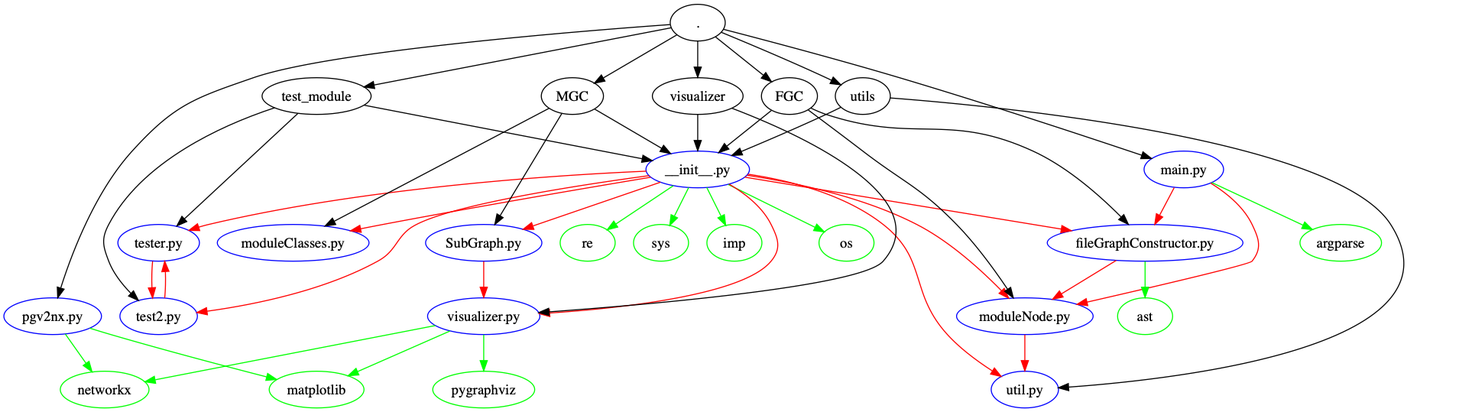
Earlier version of the Graphviz export file_structure.png (reggiehsu111/PyDepends). Its source is kept beside it as file_structure.dot.
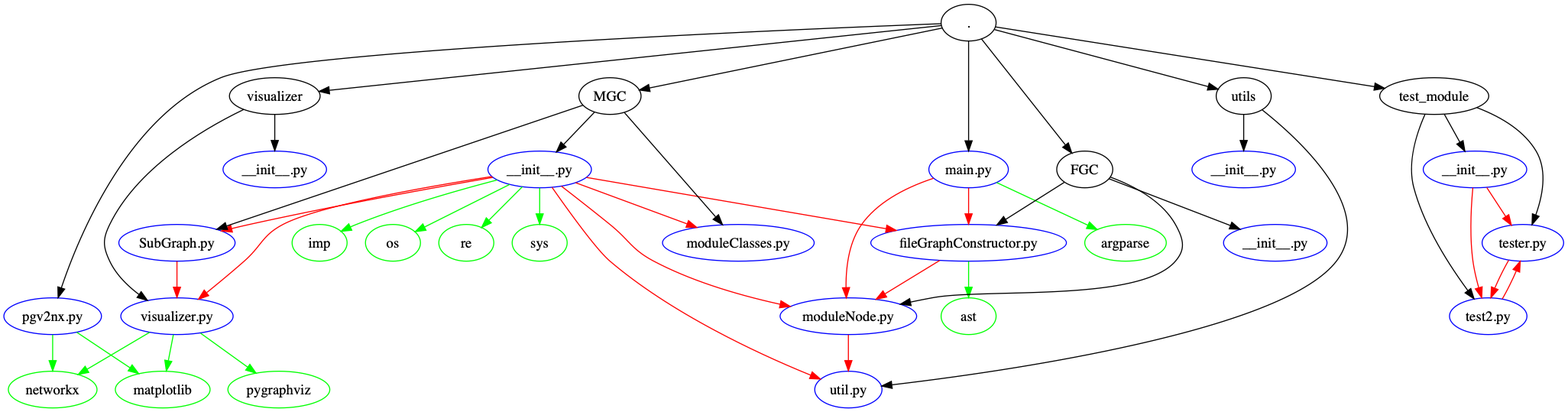
After the change.

Diff of the diagram source:
```diff
@@ -1,188 +1,221 @@
 digraph "" {
-	graph [bb="0,0,1373.8,396"];
+	graph [bb="0,0,1530.5,396"];
 	node [label="\N"];
 	networkx	 [color=green,
 		height=0.5,
-		pos="98.692,18",
+		pos="47.692,18",
 		width=1.2085];
-	"pgv2nx.py"	 [color=blue,
+	"./pgv2nx.py"	 [color=blue,
 		height=0.5,
+		label="pgv2nx.py",
 		pos="47.692,90",
 		width=1.3248];
-	"pgv2nx.py" -> networkx	 [color=green,
-		pos="e,86.283,35.518 60.037,72.571 66.131,63.968 73.605,53.416 80.352,43.891"];
+	"./pgv2nx.py" -> networkx	 [color=green,
+		pos="e,47.692,36.413 47.692,71.831 47.692,64.131 47.692,54.974 47.692,46.417"];
 	matplotlib	 [color=green,
 		height=0.5,
-		pos="306.69,18",
+		pos="155.69,18",
 		width=1.2906];
-	"pgv2nx.py" -> matplotlib	 [color=green,
-		pos="e,267.45,27.938 84.107,78.234 90.931,76.105 98.016,73.945 104.69,72 156.69,56.848 216.69,41.015 257.7,30.442"];
+	"./pgv2nx.py" -> matplotlib	 [color=green,
+		pos="e,132.05,33.764 71.393,74.199 86.727,63.977 106.88,50.541 123.64,39.37"];
 	argparse	 [color=green,
 		height=0.5,
-		pos="1311.7,162",
+		pos="1100.7,162",
 		width=1.1084];
-	"main.py"	 [color=blue,
+	"./main.py"	 [color=blue,
 		height=0.5,
-		pos="1157.7,234",
+		label="main.py",
+		pos="946.69,234",
 		width=1.079];
-	"main.py" -> argparse	 [color=green,
-		pos="e,1283.9,175 1185.2,221.13 1210.1,209.48 1247.1,192.22 1274.6,179.36"];
-	"fileGraphConstructor.py"	 [color=blue,
+	"./main.py" -> argparse	 [color=green,
+		pos="e,1072.9,175 974.22,221.13 999.14,209.48 1036.1,192.22 1063.6,179.36"];
+	"./FGC/fileGraphConstructor.py"	 [color=blue,
 		height=0.5,
-		pos="1119.7,162",
+		label="fileGraphConstructor.py",
+		pos="946.69,162",
 		width=2.6621];
-	"main.py" -> "fileGraphConstructor.py"	 [color=red,
-		pos="e,1129.2,180.09 1148.3,216.2 1144,208.04 1138.8,198.19 1134,189.14"];
-	"moduleNode.py"	 [color=blue,
+	"./main.py" -> "./FGC/fileGraphConstructor.py"	 [color=red,
+		pos="e,946.69,180.41 946.69,215.83 946.69,208.13 946.69,198.97 946.69,190.42"];
+	"./FGC/moduleNode.py"	 [color=blue,
 		height=0.5,
-		pos="1001.7,90",
+		label="moduleNode.py",
+		pos="828.69,90",
 		width=1.8567];
-	"main.py" -> "moduleNode.py"	 [color=red,
-		pos="e,1052.9,101.58 1184,220.58 1198.9,211.38 1216.2,197.65 1224.7,180 1231.6,165.57 1234.6,156.57 1224.7,144 1222.1,140.73 1127.8,118.7 \
-1062.7,103.81"];
-	"fileGraphConstructor.py" -> "moduleNode.py"	 [color=red,
-		pos="e,1028.9,106.61 1091.4,144.75 1075.3,134.91 1054.9,122.46 1037.6,111.92"];
+	"./main.py" -> "./FGC/moduleNode.py"	 [color=red,
+		pos="e,826.72,107.99 912.32,225.34 888.62,217.52 858.48,203.53 841.69,180 828.99,162.19 826.23,137.29 826.37,118.19"];
+	"./FGC/fileGraphConstructor.py" -> "./FGC/moduleNode.py"	 [color=red,
+		pos="e,855.91,106.61 918.43,144.75 902.29,134.91 881.89,122.46 864.62,111.92"];
 	ast	 [color=green,
 		height=0.5,
-		pos="1119.7,90",
+		pos="946.69,90",
 		width=0.75];
-	"fileGraphConstructor.py" -> ast	 [color=green,
-		pos="e,1119.7,108.41 1119.7,143.83 1119.7,136.13 1119.7,126.97 1119.7,118.42"];
-	"util.py"	 [color=blue,
+	"./FGC/fileGraphConstructor.py" -> ast	 [color=green,
+		pos="e,946.69,108.41 946.69,143.83 946.69,136.13 946.69,126.97 946.69,118.42"];
+	"./utils/util.py"	 [color=blue,
 		height=0.5,
-		pos="1001.7,18",
+		label="util.py",
+		pos="828.69,18",
 		width=0.91539];
-	"moduleNode.py" -> "util.py"	 [color=red,
-		pos="e,1001.7,36.413 1001.7,71.831 1001.7,64.131 1001.7,54.974 1001.7,46.417"];
-	"tester.py"	 [color=blue,
+	"./FGC/moduleNode.py" -> "./utils/util.py"	 [color=red,
+		pos="e,828.69,36.413 828.69,71.831 828.69,64.131 828.69,54.974 828.69,46.417"];
+	"./test_module/tester.py"	 [color=blue,
 		height=0.5,
-		pos="151.69,162",
+		label="tester.py",
+		pos="1490.7,162",
 		width=1.1063];
-	"test2.py"	 [color=blue,
+	"./test_module/test2.py"	 [color=blue,
 		height=0.5,
-		pos="151.69,90",
+		label="test2.py",
+		pos="1456.7,90",
 		width=1.0518];
-	"tester.py" -> "test2.py"	 [color=red,
-		pos="e,145.76,107.91 145.74,143.83 144.98,136.01 144.76,126.69 145.09,118.02"];
-	"test2.py" -> "tester.py"	 [color=red,
-		pos="e,157.64,143.83 157.62,107.91 158.39,115.7 158.62,125.01 158.3,133.69"];
-	"__init__.py"	 [color=blue,
+	"./test_module/tester.py" -> "./test_module/test2.py"	 [color=red,
+		pos="e,1459.3,108.2 1476.8,144.94 1472.1,136.81 1467.2,126.89 1463.2,117.73"];
+	"./test_module/test2.py" -> "./test_module/tester.py"	 [color=red,
+		pos="e,1488.1,143.83 1470.5,106.93 1475.3,115.16 1480.3,125.26 1484.3,134.55"];
+	"./test_module/__init__.py"	 [color=blue,
 		height=0.5,
-		pos="680.69,234",
+		label="__init__.py",
+		pos="1443.7,234",
 		width=1.4067];
-	"__init__.py" -> "fileGraphConstructor.py"	 [color=red,
-		pos="e,1047.4,173.86 726.84,226.43 800.47,214.36 945.54,190.56 1037.3,175.51"];
-	"__init__.py" -> "moduleNode.py"	 [color=red,
-		pos="e,985.86,107.65 729.04,228.29 774.14,221.5 842.3,207.46 895.69,180 927.86,163.45 958.69,135.44 978.73,115.05"];
-	"__init__.py" -> "util.py"	 [color=red,
-		pos="e,978.44,30.912 730.05,229.36 769.49,223.46 824.32,210.12 862.69,180 906.4,145.68 888.2,113.02 925.69,72 938.35,58.149 955.13,45.769 \
-969.71,36.367"];
-	"__init__.py" -> "tester.py"	 [color=red,
-		pos="e,181.4,174.2 630.26,232.3 542.06,228.45 354.53,216.35 200.69,180 197.52,179.25 194.27,178.35 191.02,177.37"];
-	"__init__.py" -> "test2.py"	 [color=red,
-		pos="e,189.16,93.574 632.77,227.91 564.67,218.7 443.81,200.16 404.69,180 384.01,169.34 387.08,155.2 366.69,144 313.65,114.87 244.64,101.15 \
-199.3,94.902"];
+	"./test_module/__init__.py" -> "./test_module/tester.py"	 [color=red,
+		pos="e,1479.4,179.34 1455.3,216.2 1460.9,207.68 1467.6,197.31 1473.8,187.94"];
+	"./test_module/__init__.py" -> "./test_module/test2.py"	 [color=red,
+		pos="e,1450.3,108.24 1441.6,215.98 1439.9,197.74 1438.3,168.78 1441.7,144 1442.9,135.36 1445.1,126.16 1447.4,117.84"];
 	os	 [color=green,
 		height=0.5,
-		pos="826.69,162",
+		pos="381.69,162",
 		width=0.75];
-	"__init__.py" -> os	 [color=green,
-		pos="e,804.9,172.75 710.59,219.26 735.44,207 770.69,189.62 795.81,177.23"];
-	"moduleClasses.py"	 [color=blue,
+	"./MGC/__init__.py"	 [color=blue,
 		height=0.5,
-		pos="283.69,162",
+		label="__init__.py",
+		pos="525.69,234",
+		width=1.4067];
+	"./MGC/__init__.py" -> "./FGC/fileGraphConstructor.py"	 [color=red,
+		pos="e,875.71,174.14 571.55,226.16 642.14,214.09 778.4,190.78 865.82,175.83"];
+	"./MGC/__init__.py" -> "./FGC/moduleNode.py"	 [color=red,
+		pos="e,771.58,99.589 546.97,217.64 560.69,207.02 578.85,192.83 594.69,180 614.06,164.32 615.66,155.65 637.69,144 676.42,123.53 723.79,\
+110.07 761.67,101.71"];
+	"./MGC/__init__.py" -> "./utils/util.py"	 [color=red,
+		pos="e,801.17,28.336 537.83,216.42 553.83,193.56 581.5,155.23 594.69,144 656.15,91.67 742.89,52.019 791.66,32.157"];
+	"./MGC/__init__.py" -> os	 [color=green,
+		pos="e,403.62,172.97 496.2,219.26 471.83,207.07 437.34,189.83 412.59,177.45"];
+	"./MGC/moduleClasses.py"	 [color=blue,
+		height=0.5,
+		label="moduleClasses.py",
+		pos="720.69,162",
 		width=2.0616];
-	"__init__.py" -> "moduleClasses.py"	 [color=red,
-		pos="e,339.98,173.76 634.55,226.36 574.08,216.26 464.79,197.65 371.69,180 364.63,178.66 357.27,177.22 349.93,175.76"];
-	"visualizer.py"	 [color=blue,
+	"./MGC/__init__.py" -> "./MGC/moduleClasses.py"	 [color=red,
+		pos="e,679.91,177.06 561,220.96 591.47,209.71 635.84,193.33 670.09,180.69"];
+	"./visualizer/visualizer.py"	 [color=blue,
 		height=0.5,
-		pos="470.69,90",
+		label="visualizer.py",
+		pos="169.69,90",
 		width=1.5293];
-	"__init__.py" -> "visualizer.py"	 [color=red,
-		pos="e,525.4,92.461 711.47,219.56 726.86,210.54 744.03,197.33 752.69,180 759.85,165.69 762.89,156.33 752.69,144 725.69,111.34 610.19,\
-98.245 535.64,93.131"];
+	"./MGC/__init__.py" -> "./visualizer/visualizer.py"	 [color=red,
+		pos="e,190.82,106.64 478.78,227.06 416.08,217.26 308.78,198.48 273.69,180 253.11,169.16 253.15,159.38 235.69,144 223.89,133.61 210.52,\
+122.54 198.91,113.15"];
 	re	 [color=green,
 		height=0.5,
-		pos="572.69,162",
+		pos="453.69,162",
 		width=0.75];
-	"__init__.py" -> re	 [color=green,
-		pos="e,591.92,174.82 656.72,218.02 640.11,206.94 617.93,192.16 600.53,180.56"];
+	"./MGC/__init__.py" -> re	 [color=green,
+		pos="e,468.68,176.99 508.63,216.94 498.86,207.17 486.48,194.79 475.96,184.26"];
 	sys	 [color=green,
 		height=0.5,
-		pos="644.69,162",
+		pos="525.69,162",
 		width=0.75];
-	"__init__.py" -> sys	 [color=green,
-		pos="e,653.24,179.1 671.79,216.2 667.59,207.8 662.49,197.59 657.85,188.31"];
+	"./MGC/__init__.py" -> sys	 [color=green,
+		pos="e,525.69,180.41 525.69,215.83 525.69,208.13 525.69,198.97 525.69,190.42"];
 	imp	 [color=green,
 		height=0.5,
-		pos="716.69,162",
+		pos="309.69,162",
 		width=0.75];
-	"__init__.py" -> imp	 [color=green,
-		pos="e,708.14,179.1 689.59,216.2 693.79,207.8 698.9,197.59 703.53,188.31"];
-	"SubGraph.py"	 [color=blue,
+	"./MGC/__init__.py" -> imp	 [color=green,
+		pos="e,330.74,173.28 483.9,223.65 446.96,213.99 391.94,198.34 345.69,180 343.84,179.27 341.96,178.47 340.07,177.64"];
+	"./MGC/SubGraph.py"	 [color=blue,
 		height=0.5,
-		pos="470.69,162",
+		label="SubGraph.py",
+		pos="169.69,162",
 		width=1.584];
-	"__init__.py" -> "SubGraph.py"	 [color=red,
-		pos="e,509.34,175.25 644.11,221.46 609.49,209.59 557.27,191.69 519.19,178.63"];
-	"visualizer.py" -> networkx	 [color=green,
-		pos="e,138.25,25.657 423.2,80.808 352.54,67.131 220.35,41.546 148.41,27.624"];
-	"visualizer.py" -> matplotlib	 [color=green,
-		pos="e,337.61,31.574 437.5,75.43 411.38,63.961 374.87,47.931 347.05,35.72"];
+	"./MGC/__init__.py" -> "./MGC/SubGraph.py"	 [color=red,
+		pos="e,213.53,173.56 479.61,226.16 423.11,216.34 324.53,198.55 240.69,180 235.04,178.75 229.16,177.38 223.31,175.96"];
+	"./visualizer/visualizer.py" -> networkx	 [color=green,
+		pos="e,72.738,32.781 142.92,74.199 124.87,63.55 100.92,49.414 81.553,37.984"];
+	"./visualizer/visualizer.py" -> matplotlib	 [color=green,
+		pos="e,159.27,36.413 166.16,71.831 164.66,64.131 162.88,54.974 161.22,46.417"];
 	pygraphviz	 [color=green,
 		height=0.5,
-		pos="470.69,18",
+		pos="269.69,18",
 		width=1.3858];
-	"visualizer.py" -> pygraphviz	 [color=green,
-		pos="e,470.69,36.413 470.69,71.831 470.69,64.131 470.69,54.974 470.69,46.417"];
-	"SubGraph.py" -> "visualizer.py"	 [color=red,
-		pos="e,470.69,108.41 470.69,143.83 470.69,136.13 470.69,126.97 470.69,118.42"];
+	"./visualizer/visualizer.py" -> pygraphviz	 [color=green,
+		pos="e,247.31,34.113 192.88,73.301 206.58,63.438 224.09,50.832 238.93,40.147"];
+	"./MGC/SubGraph.py" -> "./visualizer/visualizer.py"	 [color=red,
+		pos="e,169.69,108.41 169.69,143.83 169.69,136.13 169.69,126.97 169.69,118.42"];
 	"."	 [color=black,
 		height=0.5,
-		pos="680.69,378",
+		label=".",
+		pos="946.69,378",
 		width=0.75];
-	"." -> "pgv2nx.py"	 [pos="e,52.617,108 653.54,376.13 570.54,370.18 321.17,350.51 244.69,324 186.28,303.75 167.27,297.74 125.69,252 89.541,212.22 66.733,152.67 \
-55.674,117.93"];
-	"." -> "main.py"	 [pos="e,1126,244.73 706.11,371.46 743.9,361.66 817.05,342.34 878.69,324 963.65,298.73 1062.1,266.19 1116.4,247.96"];
-	test_module	 [color=black,
+	"." -> "./pgv2nx.py"	 [pos="e,53.032,108.19 919.52,376.99 794.67,372.21 279.22,350.98 212.69,324 123.11,287.68 74.414,171.51 56.181,117.76"];
+	"." -> "./main.py"	 [pos="e,946.69,252.09 946.69,359.76 946.69,335.2 946.69,291.25 946.69,262.35"];
+	"./test_module"	 [color=black,
 		height=0.5,
-		pos="306.69,306",
+		label=test_module,
+		pos="1403.7,306",
 		width=1.4815];
-	"." -> test_module	 [pos="e,353.17,314.95 654.69,372.99 594.66,361.44 445.27,332.68 363.09,316.86"];
-	MGC	 [color=black,
+	"." -> "./test_module"	 [pos="e,1355,313.66 973.24,373.82 1045.2,362.49 1245.1,330.99 1345.1,315.23"];
+	"./MGC"	 [color=black,
 		height=0.5,
-		pos="557.69,306",
+		label=MGC,
+		pos="594.69,306",
 		width=0.84042];
-	"." -> MGC	 [pos="e,579.27,318.63 660.38,366.11 640.71,354.6 610.64,336.99 588.11,323.81"];
-	utils	 [color=black,
+	"." -> "./MGC"	 [pos="e,623.54,311.9 920.81,372.71 859.67,360.2 706.04,328.78 633.61,313.96"];
+	"./utils"	 [color=black,
 		height=0.5,
-		pos="842.69,306",
+		label=utils,
+		pos="1216.7,306",
 		width=0.75];
-	"." -> utils	 [pos="e,821.09,317.06 704.1,368.45 729.53,357.97 771.28,340.42 806.69,324 808.45,323.18 810.25,322.33 812.06,321.47"];
-	FGC	 [color=black,
+	"." -> "./utils"	 [pos="e,1191.6,312.7 972.09,371.23 1020.7,358.27 1126.8,329.98 1181.9,315.28"];
+	"./FGC"	 [color=black,
 		height=0.5,
-		pos="770.69,306",
+		label=FGC,
+		pos="1060.7,234",
 		width=0.75861];
-	"." -> FGC	 [pos="e,753.08,320.09 698.04,364.12 711.41,353.43 730.07,338.49 745.14,326.44"];
-	visualizer	 [color=black,
+	"." -> "./FGC"	 [pos="e,1048,250.03 959.33,362.04 979.27,336.85 1018.2,287.7 1041.6,258.16"];
+	"./visualizer"	 [color=black,
 		height=0.5,
-		pos="680.69,306",
+		label=visualizer,
+		pos="265.69,306",
 		width=1.2356];
-	"." -> visualizer	 [pos="e,680.69,324.41 680.69,359.83 680.69,352.13 680.69,342.97 680.69,334.42"];
-	test_module -> "tester.py"	 [pos="e,169.58,178.62 288.3,288.92 260.65,263.23 208.29,214.59 177.04,185.55"];
-	test_module -> "test2.py"	 [pos="e,131.82,105.44 265.56,294.52 216.21,278.25 135.97,243.16 102.69,180 95.234,165.84 96.929,158.93 102.69,144 107.29,132.1 115.86,\
-121.2 124.56,112.36"];
-	test_module -> "__init__.py"	 [pos="e,636.12,242.58 353.3,297.03 422.59,283.69 552.49,258.68 626.12,244.51"];
-	MGC -> "__init__.py"	 [pos="e,654.06,249.59 579.4,293.29 597.62,282.63 624.02,267.18 645.29,254.72"];
-	MGC -> "moduleClasses.py"	 [pos="e,314.97,178.44 534.8,293.97 488.29,269.52 382.2,213.77 323.9,183.13"];
-	MGC -> "SubGraph.py"	 [pos="e,481.55,179.96 547.37,288.92 532.42,264.18 504.61,218.14 486.91,188.84"];
-	utils -> "util.py"	 [pos="e,1034.6,19.737 869.62,304.14 968.17,296.69 1306.4,265.14 1360.7,180 1436.8,60.779 1155.6,28.457 1044.8,20.439"];
-	utils -> "__init__.py"	 [pos="e,714.09,247.68 821.09,294.94 816.37,292.6 811.38,290.18 806.69,288 779.25,275.27 747.99,261.87 723.47,251.6"];
-	FGC -> "fileGraphConstructor.py"	 [pos="e,1103.3,180.09 791.58,294.29 796.43,291.93 801.65,289.67 806.69,288 893.68,259.21 926.43,290.25 1009.7,252 1043.4,236.5 1075.5,\
-208.11 1096.2,187.35"];
-	FGC -> "moduleNode.py"	 [pos="e,990.37,108.01 789.12,292.34 803.71,281.49 824.58,265.87 842.69,252 883.91,220.42 898.42,217.15 934.69,180 953.84,160.39 972.18,\
-135.14 984.82,116.38"];
-	FGC -> "__init__.py"	 [pos="e,701.27,250.46 752.91,291.78 740.49,281.84 723.64,268.36 709.34,256.92"];
-	visualizer -> "__init__.py"	 [pos="e,680.69,252.41 680.69,287.83 680.69,280.13 680.69,270.97 680.69,262.42"];
-	visualizer -> "visualizer.py"	 [pos="e,524.68,93.548 714.21,294.07 780.5,268.73 917.38,206.74 862.69,144 841.5,119.69 640.55,101.99 534.91,94.285"];
+	"." -> "./visualizer"	 [pos="e,309.16,310.6 920,375.18 818.74,364.47 457.14,326.24 319.45,311.68"];
+	"./test_module" -> "./test_module/tester.py"	 [pos="e,1499.7,179.9 1445.5,294.69 1466.9,286.55 1491.1,273.18 1503.7,252 1514.9,233.15 1510.1,208.23 1503.4,189.4"];
+	"./test_module" -> "./test_module/test2.py"	 [pos="e,1442.8,107.03 1394.6,287.96 1386.5,269.71 1377,240.73 1383.7,216 1393.9,177.95 1418.8,139.53 1436.6,115.29"];
+	"./test_module" -> "./test_module/__init__.py"	 [pos="e,1433.8,251.84 1413.6,288.2 1418.2,279.89 1423.8,269.83 1428.9,260.64"];
+	"./MGC" -> "./MGC/__init__.py"	 [pos="e,542.17,251.19 579.38,290.02 570.5,280.75 559.13,268.89 549.14,258.47"];
+	"./MGC" -> "./MGC/moduleClasses.py"	 [pos="e,705.16,179.75 608.9,289.76 630.67,264.89 672.46,217.13 698.32,187.57"];
+	"./MGC" -> "./MGC/SubGraph.py"	 [pos="e,208.75,175.23 568.11,296.99 498.22,273.31 308.53,209.04 218.45,178.52"];
+	"./utils" -> "./utils/util.py"	 [pos="e,861.35,21.49 1234.9,292.39 1271.3,263.48 1346.6,194.46 1307.7,144 1253.8,74.141 978.64,35.327 871.48,22.668"];
+	"./utils/__init__.py"	 [color=blue,
+		height=0.5,
+		label="__init__.py",
+		pos="1216.7,234",
+		width=1.4067];
+	"./utils" -> "./utils/__init__.py"	 [pos="e,1216.7,252.41 1216.7,287.83 1216.7,280.13 1216.7,270.97 1216.7,262.42"];
+	"./FGC" -> "./FGC/fileGraphConstructor.py"	 [pos="e,974.43,179.52 1040.8,221.46 1024.9,211.4 1002.1,197 982.95,184.9"];
+	"./FGC" -> "./FGC/moduleNode.py"	 [pos="e,879.76,101.76 1085.7,226.51 1107,218.68 1136.1,204.1 1149.7,180 1157.5,166.06 1160.1,156.13 1149.7,144 1114.7,103.29 963.51,117.76 \
+910.69,108 903.95,106.75 896.92,105.36 889.93,103.91"];
+	"./FGC/__init__.py"	 [color=blue,
+		height=0.5,
+		label="__init__.py",
+		pos="1247.7,162",
+		width=1.4067];
+	"./FGC" -> "./FGC/__init__.py"	 [pos="e,1213.1,175.32 1084.4,224.88 1114.2,213.38 1166.2,193.39 1203.5,179.03"];
+	"./visualizer" -> "./visualizer/visualizer.py"	 [pos="e,140.73,105.48 235.19,292.8 196.36,274.11 131.01,235.85 103.69,180 96.662,165.63 96.84,158.46 103.69,144 109.92,130.87 121.07,119.86 \
+132.46,111.29"];
+	"./visualizer/__init__.py"	 [color=blue,
+		height=0.5,
+		label="__init__.py",
+		pos="265.69,234",
+		width=1.4067];
+	"./visualizer" -> "./visualizer/__init__.py"	 [pos="e,265.69,252.41 265.69,287.83 265.69,280.13 265.69,270.97 265.69,262.42"];
 }
```
